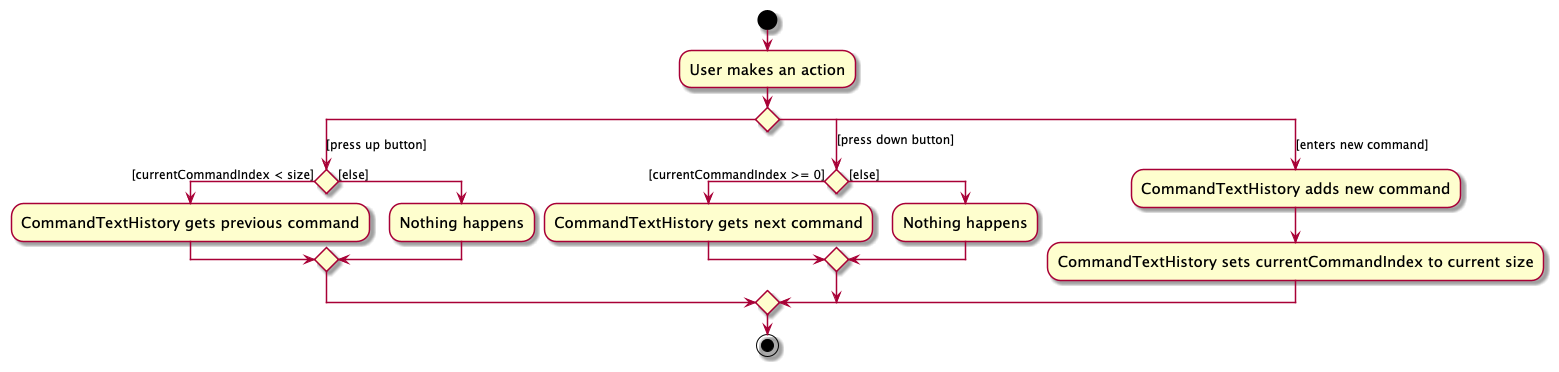
nus-cs2103-AY2425S1/tp keeps this PlantUML diagram as docs/images/CommandTextHistoryActivityDiagram.png. Above is the earlier version. Source of this version:
```plantuml
@startuml

skin rose
skinparam ActivityFontSize 15
skinparam ArrowFontSize 12

start
:User makes an action;
switch()
case ([press up button])
    if () then ([currentCommandIndex < size])
        :CommandTextHistory gets previous command;
    else ([else])
        :Nothing happens;
    endif
case ([press down button])
    if () then ([currentCommandIndex >= 0])
        :CommandTextHistory gets next command;
    else ([else])
        :Nothing happens;
    endif
case ([enters new command])
    :CommandTextHistory adds new command;
    :CommandTextHistory sets currentCommandIndex to current size;
endswitch
stop

@enduml
```
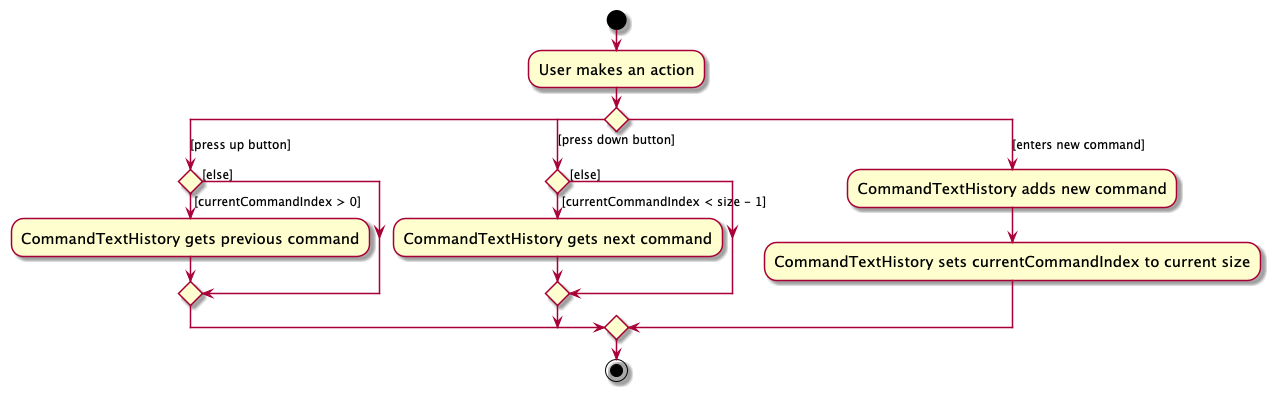
The same file after the commit.

What changed in the source:
```diff
@@ -8,16 +8,14 @@
 :User makes an action;
 switch()
 case ([press up button])
-    if () then ([currentCommandIndex < size])
+    if () then ([currentCommandIndex > 0])
         :CommandTextHistory gets previous command;
     else ([else])
-        :Nothing happens;
     endif
 case ([press down button])
-    if () then ([currentCommandIndex >= 0])
+    if () then ([currentCommandIndex < size - 1])
         :CommandTextHistory gets next command;
     else ([else])
-        :Nothing happens;
     endif
 case ([enters new command])
     :CommandTextHistory adds new command;
```
